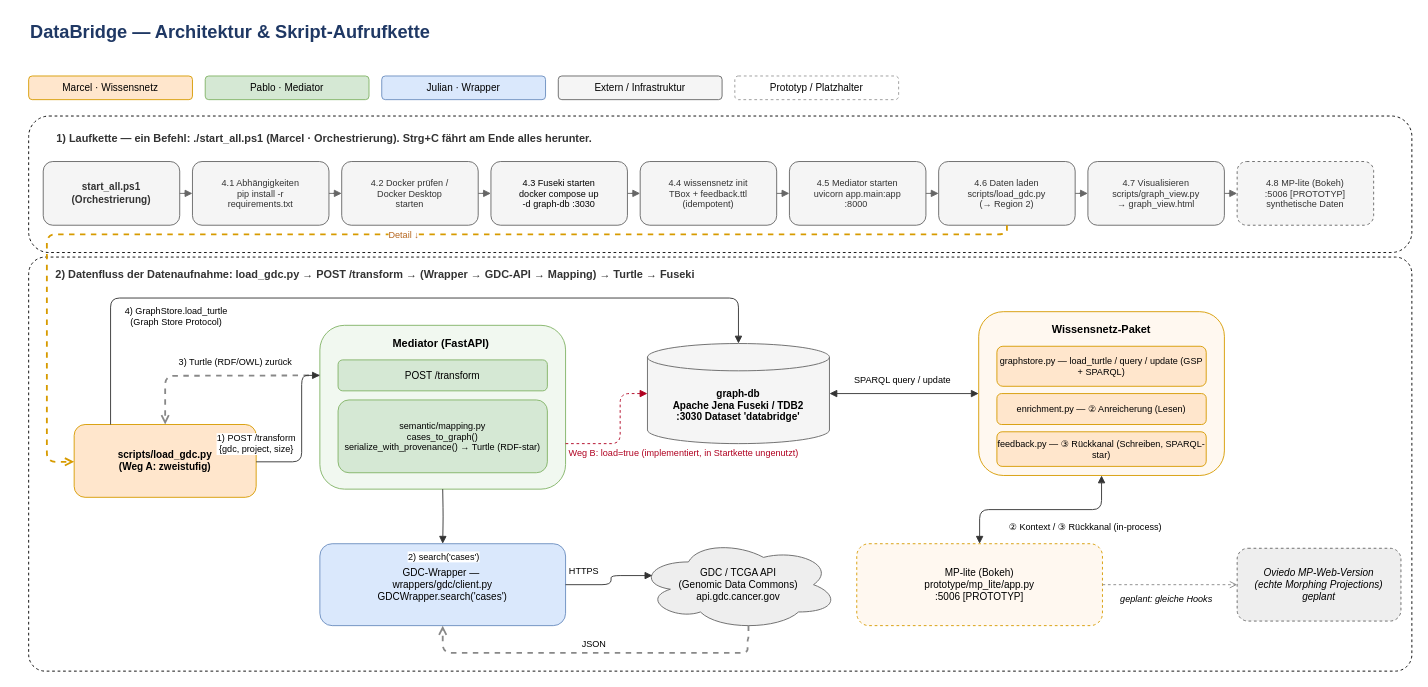
This is docs/DataBridge_Skriptkette.drawio from ScPab/F-E_Projekt1, a draw.io file, before an edit. Source tidied: cells renumbered, new cells numbered last; positions are measured from the earlier drawing's top-left corner, leaving out a move shared by most shapes. Both pictures are drawn from the tidied source at 91%, with x=0, y=0 at pixel (15, 15).
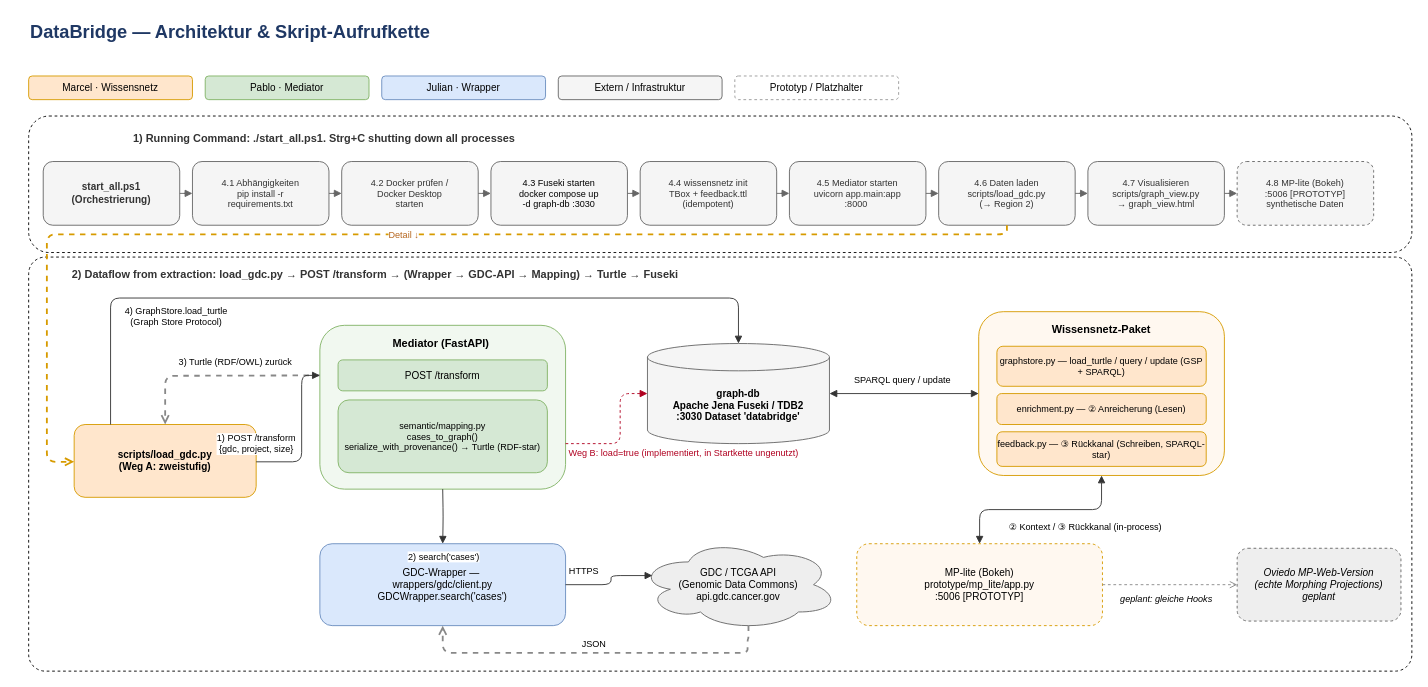
The same page after the edit.

What changed in the source:
```diff
@@
-    <mxCell id="50" value="&lt;span style=&quot;color: rgb(51, 51, 51); font-weight: 700; text-align: left;&quot;&gt;2) Datenfluss der Datenaufnahme: load_gdc.py → POST /transform → (Wrapper → GDC-API → Mapping) → Turtle → Fuseki&lt;/span&gt;" style="text;html=1;whiteSpace=wrap;strokeColor=none;fillColor=none;align=center;verticalAlign=middle;rounded=0;" parent="1" vertex="1">
+    <mxCell id="50" value="&lt;span style=&quot;color: rgb(51, 51, 51); font-weight: 700; text-align: left;&quot;&gt;2) Dataflow from extraction: load_gdc.py → POST /transform → (Wrapper → GDC-API → Mapping) → Turtle → Fuseki&lt;/span&gt;" style="text;html=1;whiteSpace=wrap;strokeColor=none;fillColor=none;align=center;verticalAlign=middle;rounded=0;" parent="1" vertex="1">
       <mxGeometry y="270" width="790" height="30" as="geometry" />
     </mxCell>
@@
-    <mxCell id="52" value="&lt;span style=&quot;color: rgb(51, 51, 51); font-weight: 700; text-align: left;&quot;&gt;1) Laufkette — ein Befehl: ./start_all.ps1 (Marcel · Orchestrierung). Strg+C fährt am Ende alles herunter.&lt;/span&gt;" style="text;html=1;whiteSpace=wrap;strokeColor=none;fillColor=none;align=center;verticalAlign=middle;rounded=0;" parent="1" vertex="1">
+    <mxCell id="52" value="&lt;span style=&quot;color: rgb(51, 51, 51); font-weight: 700; text-align: left;&quot;&gt;1) Running Command: ./start_all.ps1. Strg+C shutting down all processes&lt;/span&gt;" style="text;html=1;whiteSpace=wrap;strokeColor=none;fillColor=none;align=center;verticalAlign=middle;rounded=0;" parent="1" vertex="1">
       <mxGeometry x="34" y="120" width="610" height="30" as="geometry" />
     </mxCell>
```
